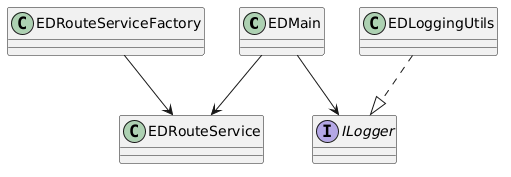
Above: docs/diagrams/class_structure.png in fazleskhan/elite_dangerous_discord_tools (PlantUML), before the change.
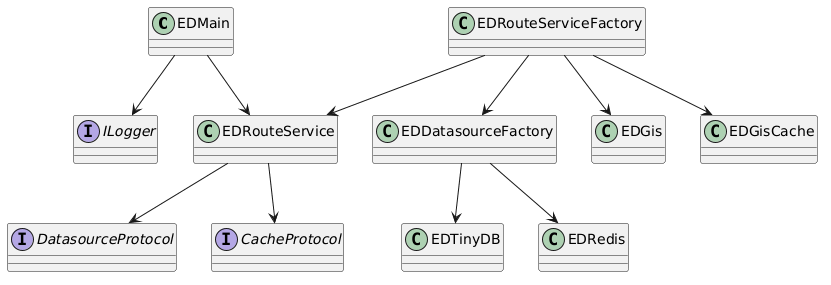
After the commit.

Diff of the diagram source:
```diff
@@ -2,11 +2,23 @@
 class EDMain
 class EDRouteService
 class EDRouteServiceFactory
-class EDLoggingUtils
+class EDDatasourceFactory
+class EDGis
+class EDGisCache
+class EDTinyDB
+class EDRedis
 interface ILogger
+interface DatasourceProtocol
+interface CacheProtocol
 
 EDMain --> EDRouteService
 EDMain --> ILogger
 EDRouteServiceFactory --> EDRouteService
-EDLoggingUtils ..|> ILogger
+EDRouteServiceFactory --> EDDatasourceFactory
+EDRouteServiceFactory --> EDGis
+EDRouteServiceFactory --> EDGisCache
+EDRouteService --> DatasourceProtocol
+EDRouteService --> CacheProtocol
+EDDatasourceFactory --> EDTinyDB
+EDDatasourceFactory --> EDRedis
 @enduml
```
